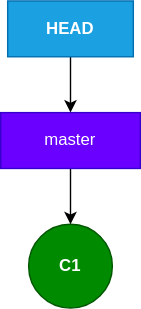
This is img/c1-with-head-and-master.svg from gbroques/git-internals-presentation, a draw.io export, as it was before one commit. Source tidied: cells renumbered, new cells last; positions are measured from the earlier drawing's top-left corner, leaving out a move shared by most shapes. The source it was exported from:
```xml
<mxGraphModel>
  <root>
    <mxCell id="0" />
    <mxCell id="1" parent="0" />
    <mxCell id="2" value="C1" style="ellipse;whiteSpace=wrap;html=1;fillColor=#008a00;strokeColor=#005700;fontColor=#ffffff;fontStyle=1;" parent="1" vertex="1">
      <mxGeometry x="20" y="160" width="60" height="60" as="geometry" />
    </mxCell>
    <mxCell id="3" style="edgeStyle=orthogonalEdgeStyle;rounded=0;jettySize=auto;html=1;" parent="1" edge="1" source="4" target="2">
      <mxGeometry relative="1" as="geometry" />
    </mxCell>
    <mxCell id="4" value="master" style="rounded=0;whiteSpace=wrap;html=1;fillColor=#6a00ff;strokeColor=#3700CC;fontColor=#ffffff;" parent="1" vertex="1">
      <mxGeometry y="80" width="100" height="40" as="geometry" />
    </mxCell>
    <mxCell id="5" style="edgeStyle=orthogonalEdgeStyle;rounded=0;jettySize=auto;html=1;entryX=0.5;entryY=0;entryDx=0;entryDy=0;" parent="1" edge="1" source="6" target="4">
      <mxGeometry relative="1" as="geometry" />
    </mxCell>
    <mxCell id="6" value="&lt;b&gt;HEAD&lt;/b&gt;" style="rounded=0;whiteSpace=wrap;html=1;fillColor=#1ba1e2;strokeColor=#006EAF;fontColor=#ffffff;" parent="1" vertex="1">
      <mxGeometry x="5" width="90" height="40" as="geometry" />
    </mxCell>
  </root>
</mxGraphModel>
```
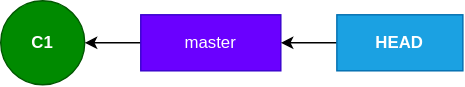
After the commit.

Change to the diagram source:
```diff
@@ -9,13 +9,13 @@
       <mxGeometry relative="1" as="geometry" />
     </mxCell>
     <mxCell id="4" value="master" style="rounded=0;whiteSpace=wrap;html=1;fillColor=#6a00ff;strokeColor=#3700CC;fontColor=#ffffff;" parent="1" vertex="1">
-      <mxGeometry y="80" width="100" height="40" as="geometry" />
+      <mxGeometry x="120" y="170" width="100" height="40" as="geometry" />
     </mxCell>
-    <mxCell id="5" style="edgeStyle=orthogonalEdgeStyle;rounded=0;jettySize=auto;html=1;entryX=0.5;entryY=0;entryDx=0;entryDy=0;" parent="1" edge="1" source="6" target="4">
+    <mxCell id="5" style="edgeStyle=orthogonalEdgeStyle;rounded=0;jettySize=auto;html=1;entryX=1;entryY=0.5;entryDx=0;entryDy=0;" parent="1" edge="1" source="6" target="4">
       <mxGeometry relative="1" as="geometry" />
     </mxCell>
     <mxCell id="6" value="&lt;b&gt;HEAD&lt;/b&gt;" style="rounded=0;whiteSpace=wrap;html=1;fillColor=#1ba1e2;strokeColor=#006EAF;fontColor=#ffffff;" parent="1" vertex="1">
-      <mxGeometry x="5" width="90" height="40" as="geometry" />
+      <mxGeometry x="260" y="170" width="90" height="40" as="geometry" />
     </mxCell>
   </root>
 </mxGraphModel>
```
